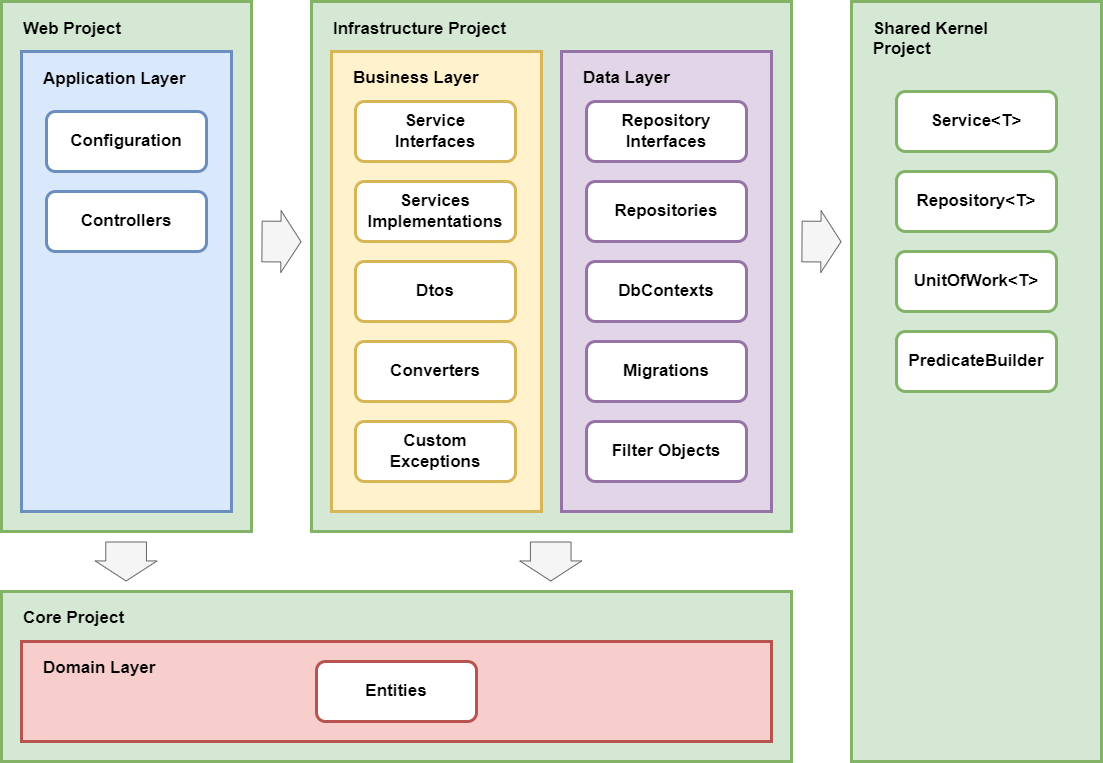
Above: .github/assets/CarRentalWebAPI-project-structure-and-architecture.png in pabferir/CarRental.WebAPI (draw.io), before the change. Source tidied: cells renumbered, new cells last; positions are measured from the earlier drawing's top-left corner, leaving out a move shared by most shapes.
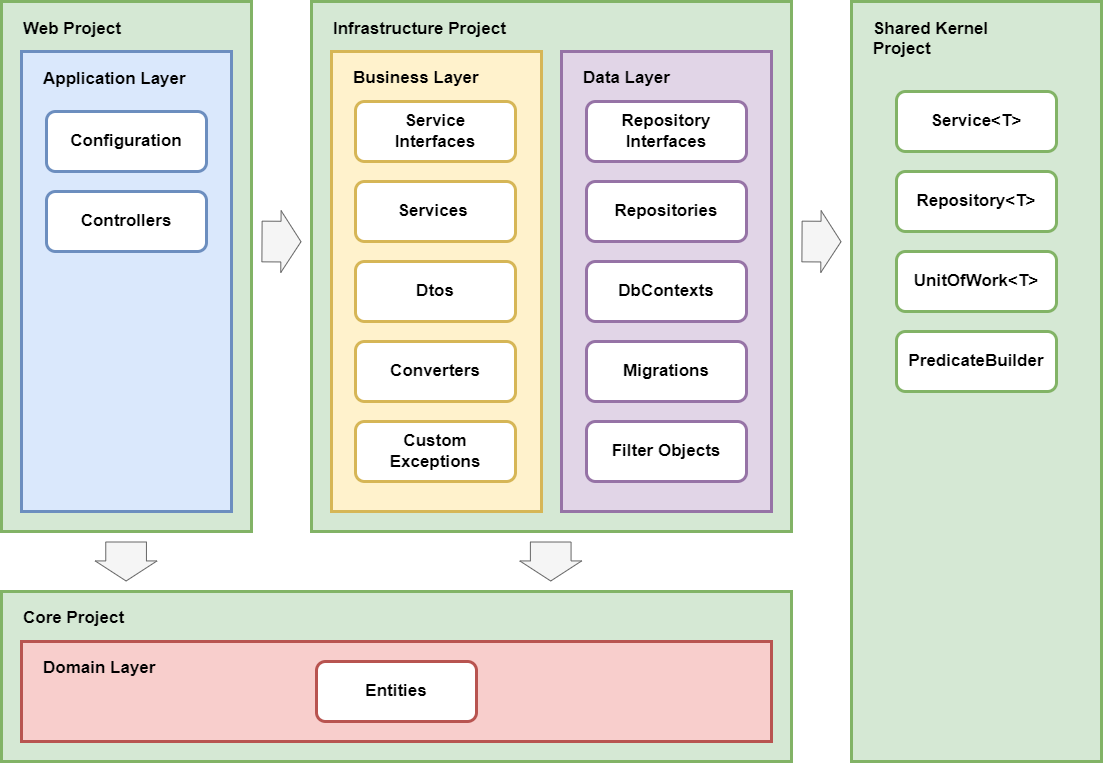
Above is the later version.

Diff of the diagram source:
```diff
@@ -53,7 +53,7 @@
     <mxCell id="18" value="Repository&amp;lt;T&amp;gt;" style="rounded=1;whiteSpace=wrap;html=1;fontSize=17;align=center;fillColor=#FFFFFF;strokeColor=#82b366;strokeWidth=3;fontStyle=1;" parent="1" vertex="1">
       <mxGeometry x="895" y="170" width="160" height="60" as="geometry" />
     </mxCell>
-    <mxCell id="19" value="Services Implementations" style="rounded=1;whiteSpace=wrap;html=1;fontSize=17;align=center;fillColor=#FFFFFF;strokeColor=#d6b656;strokeWidth=3;fontStyle=1;" parent="1" vertex="1">
+    <mxCell id="19" value="Services&amp;nbsp;" style="rounded=1;whiteSpace=wrap;html=1;fontSize=17;align=center;fillColor=#FFFFFF;strokeColor=#d6b656;strokeWidth=3;fontStyle=1;" parent="1" vertex="1">
       <mxGeometry x="354" y="180" width="160" height="60" as="geometry" />
     </mxCell>
     <mxCell id="20" value="Converters" style="rounded=1;whiteSpace=wrap;html=1;fontSize=17;align=center;fillColor=#FFFFFF;strokeColor=#d6b656;strokeWidth=3;fontStyle=1;" parent="1" vertex="1">
```
